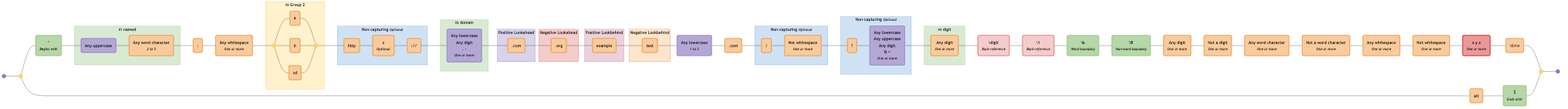
The Mermaid diagram diagrams/comprehensive.mermaid-diagram.png in tayles/regex-to-mermaid, before a commit. Its source is kept beside it as diagrams/comprehensive.mermaid.
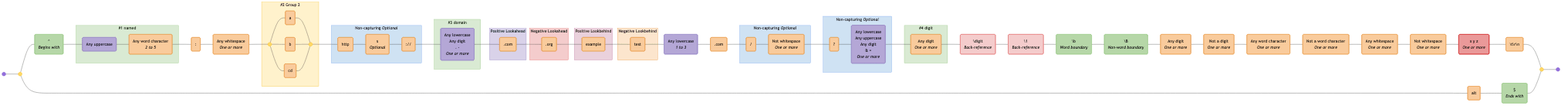
After the change.

Diff of the diagram source:
```diff
@@ -6,52 +6,52 @@
   fin@{ shape: f-circ };
   disjunction_begin_1:::disjunction@{ shape: f-circ };
   disjunction_end_1:::disjunction@{ shape: f-circ };
-  assertion_1("^<br><i><small>Begins with</small></i>"):::assertion;
+  assertion_1("^<br><i>Begins with</i>"):::assertion;
   char_class_1("Any uppercase"):::char-class;
-  literal_1("Any word character<br><i><small>2 to 5</small></i>"):::literal;
+  literal_1("Any word character<br><i>2 to 5</i>"):::literal;
   literal_2(":"):::literal;
-  literal_3("Any whitespace<br><i><small>One or more</small></i>"):::literal;
+  literal_3("Any whitespace<br><i>One or more</i>"):::literal;
   disjunction_begin_2:::disjunction@{ shape: f-circ };
   disjunction_end_2:::disjunction@{ shape: f-circ };
   literal_4("a"):::literal;
   literal_5("b"):::literal;
   literal_6("cd"):::literal;
   literal_7("http"):::literal;
-  literal_8("s<br><i><small>Optional</small></i>"):::literal;
+  literal_8("s<br><i>Optional</i>"):::literal;
   literal_9("://"):::literal;
-  char_class_2("Any lowercase<br>Any digit<br>. -<br><i><small>One or more</small></i>"):::char-class;
+  char_class_2("Any lowercase<br>Any digit<br>. -<br><i>One or more</i>"):::char-class;
   literal_10(".com"):::literal;
   literal_11(".org"):::literal;
   literal_12("example"):::literal;
   literal_13("test"):::literal;
-  char_class_3("Any lowercase<br><i><small>1 to 3</small></i>"):::char-class;
+  char_class_3("Any lowercase<br><i>1 to 3</i>"):::char-class;
   literal_14(".com"):::literal;
   literal_15("/"):::literal;
-  literal_16("Not whitespace<br><i><small>One or more</small></i>"):::literal;
+  literal_16("Not whitespace<br><i>One or more</i>"):::literal;
   literal_17("?"):::literal;
-  char_class_4("Any lowercase<br>Any uppercase<br>Any digit<br>& =<br><i><small>One or more</small></i>"):::char-class;
-  literal_18("Any digit<br><i><small>One or more</small></i>"):::literal;
-  back_reference_1("\digit<br><i><small>Back-reference</small></i>"):::back-reference;
-  back_reference_2("\1<br><i><small>Back-reference</small></i>"):::back-reference;
-  assertion_2("\b<br><i><small>Word boundary</small></i>"):::assertion;
-  assertion_3("\B<br><i><small>Non-word boundary</small></i>"):::assertion;
-  literal_19("Any digit<br><i><small>One or more</small></i>"):::literal;
-  literal_20("Not a digit<br><i><small>One or more</small></i>"):::literal;
-  literal_21("Any word character<br><i><small>One or more</small></i>"):::literal;
-  literal_22("Not a word character<br><i><small>One or more</small></i>"):::literal;
-  literal_23("Any whitespace<br><i><small>One or more</small></i>"):::literal;
-  literal_24("Not whitespace<br><i><small>One or more</small></i>"):::literal;
-  negated_char_class_1("x y z<br><i><small>One or more</small></i>"):::negated-char-class;
+  char_class_4("Any lowercase<br>Any uppercase<br>Any digit<br>& =<br><i>One or more</i>"):::char-class;
+  literal_18("Any digit<br><i>One or more</i>"):::literal;
+  back_reference_1("\digit<br><i>Back-reference</i>"):::back-reference;
+  back_reference_2("\1<br><i>Back-reference</i>"):::back-reference;
+  assertion_2("\b<br><i>Word boundary</i>"):::assertion;
+  assertion_3("\B<br><i>Non-word boundary</i>"):::assertion;
+  literal_19("Any digit<br><i>One or more</i>"):::literal;
+  literal_20("Not a digit<br><i>One or more</i>"):::literal;
+  literal_21("Any word character<br><i>One or more</i>"):::literal;
+  literal_22("Not a word character<br><i>One or more</i>"):::literal;
+  literal_23("Any whitespace<br><i>One or more</i>"):::literal;
+  literal_24("Not whitespace<br><i>One or more</i>"):::literal;
+  negated_char_class_1("x y z<br><i>One or more</i>"):::negated-char-class;
   literal_25("\t\r\n"):::literal;
   literal_26("alt"):::literal;
-  assertion_4("$<br><i><small>Ends with</small></i>"):::assertion;
+  assertion_4("$<br><i>Ends with</i>"):::assertion;
 
-  subgraph named_capture_1 ["<small>#1</small> named"]
+  subgraph named_capture_1 ["#1 named"]
     char_class_1
     literal_1
   end
 
-  subgraph standard_1 ["<small>#2</small> Group 2"]
+  subgraph standard_1 ["#2 Group 2"]
     disjunction_begin_2
     disjunction_end_2
     literal_4
@@ -59,13 +59,13 @@
     literal_6
   end
 
-  subgraph non_capturing_1 ["Non-capturing <small><i>Optional</i></small>"]
+  subgraph non_capturing_1 ["Non-capturing <i>Optional</i>"]
     literal_7
     literal_8
     literal_9
   end
 
-  subgraph named_capture_2 ["<small>#3</small> domain"]
+  subgraph named_capture_2 ["#3 domain"]
     char_class_2
   end
 
@@ -85,17 +85,17 @@
     literal_13
   end
 
-  subgraph non_capturing_2 ["Non-capturing <small><i>Optional</i></small>"]
+  subgraph non_capturing_2 ["Non-capturing <i>Optional</i>"]
     literal_15
     literal_16
   end
 
-  subgraph non_capturing_3 ["Non-capturing <small><i>Optional</i></small>"]
+  subgraph non_capturing_3 ["Non-capturing <i>Optional</i>"]
     literal_17
     char_class_4
   end
 
-  subgraph named_capture_3 ["<small>#4</small> digit"]
+  subgraph named_capture_3 ["#4 digit"]
     literal_18
   end
 
```
